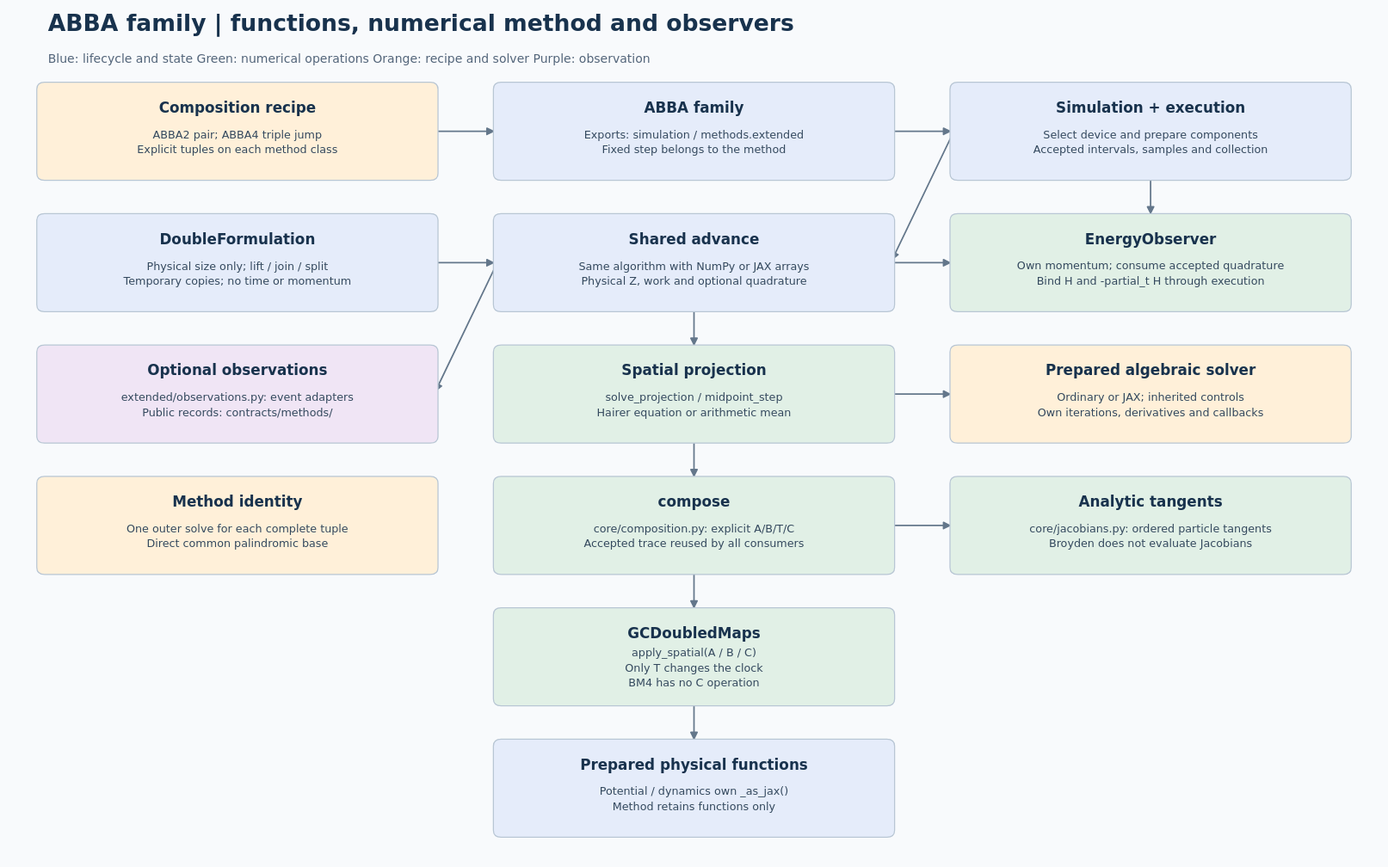
Above: docs/models/abba/simulation/abba-numerical-architecture.svg in Jugibe-52/GC2D_intranet (PlantUML), before the change. Its source is kept beside it as docs/models/abba/simulation/abba-numerical-architecture.puml.
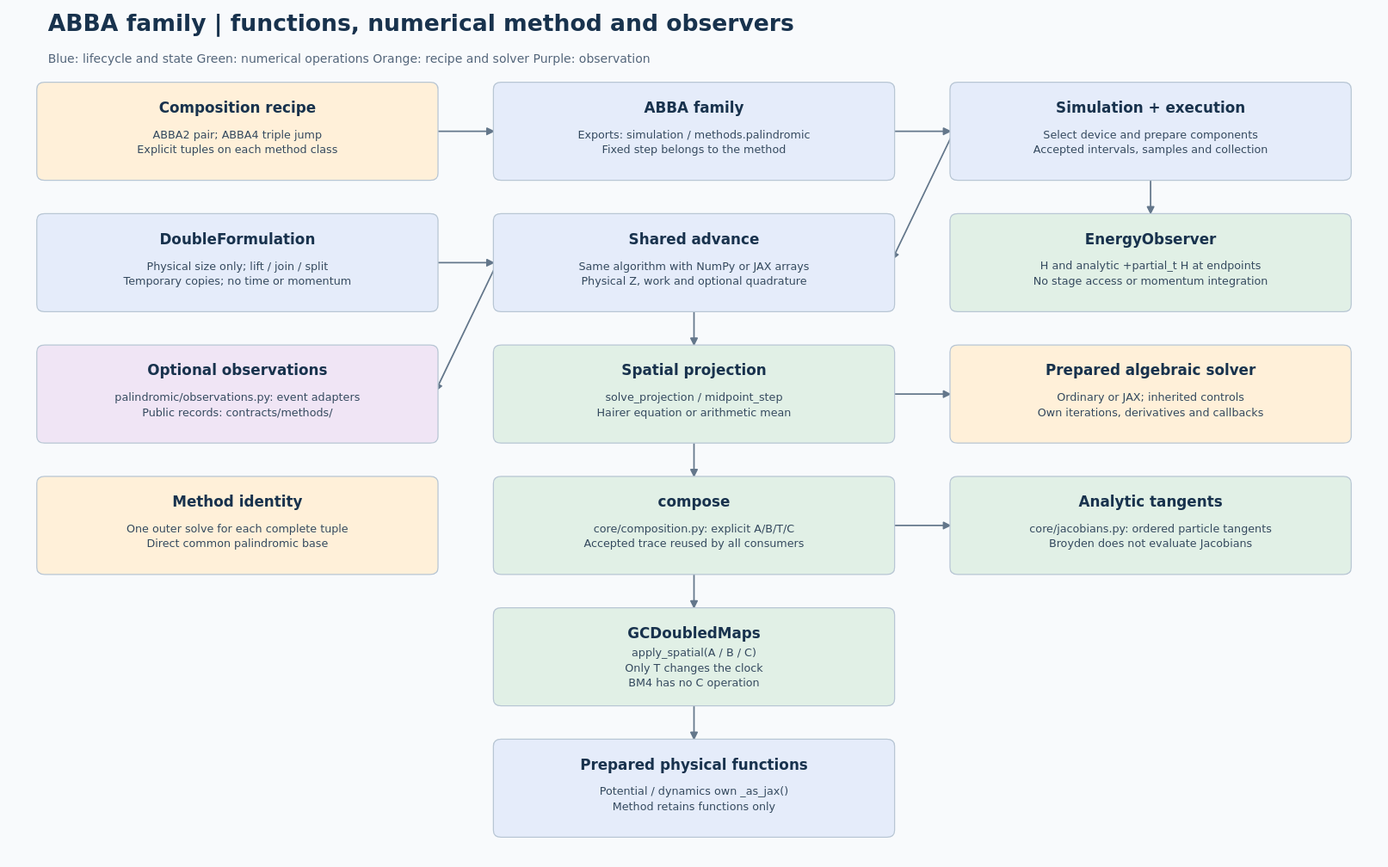
After the change.

What changed in the source:
```diff
@@ -3,12 +3,12 @@
   graph [rankdir=TB, bgcolor="#f8fafc"];
   node [shape=box, style="rounded,filled", fontname="DejaVu Sans"];
   recipe [label="Composition recipe\nABBA2 pair; ABBA4 triple jump\nExplicit tuples on each method class", fillcolor="#fff0d9"];
-  method [label="ABBA family\nExports: simulation / methods.extended\nFixed step belongs to the method", fillcolor="#e5ecfa"];
+  method [label="ABBA family\nExports: simulation / methods.palindromic\nFixed step belongs to the method", fillcolor="#e5ecfa"];
   driver [label="Simulation + execution\nSelect device and prepare components\nAccepted intervals, samples and collection", fillcolor="#e5ecfa"];
   state [label="DoubleFormulation\nPhysical size only; lift / join / split\nTemporary copies; no time or momentum", fillcolor="#e5ecfa"];
   advance [label="Shared advance\nSame algorithm with NumPy or JAX arrays\nPhysical Z, work and optional quadrature", fillcolor="#e5ecfa"];
-  energy [label="EnergyObserver\nOwn momentum; consume accepted quadrature\nBind H and -partial_t H through execution", fillcolor="#e1f0e6"];
-  observe [label="Optional observations\nextended/observations.py: event adapters\nPublic records: contracts/methods/", fillcolor="#f0e5f5"];
+  energy [label="EnergyObserver\nH and analytic +partial_t H at endpoints\nNo stage access or momentum integration", fillcolor="#e1f0e6"];
+  observe [label="Optional observations\npalindromic/observations.py: event adapters\nPublic records: contracts/methods/", fillcolor="#f0e5f5"];
   projection [label="Spatial projection\nsolve_projection / midpoint_step\nHairer equation or arithmetic mean", fillcolor="#e1f0e6"];
   solver [label="Prepared algebraic solver\nOrdinary or JAX; inherited controls\nOwn iterations, derivatives and callbacks", fillcolor="#fff0d9"];
   placement [label="Method identity\nOne outer solve for each complete tuple\nDirect common palindromic base", fillcolor="#fff0d9"];
@@ -22,7 +22,6 @@
   state -> advance;
   advance -> projection;
   driver -> energy;
-  advance -> energy;
   advance -> observe;
   projection -> compose;
   projection -> solver;
```
